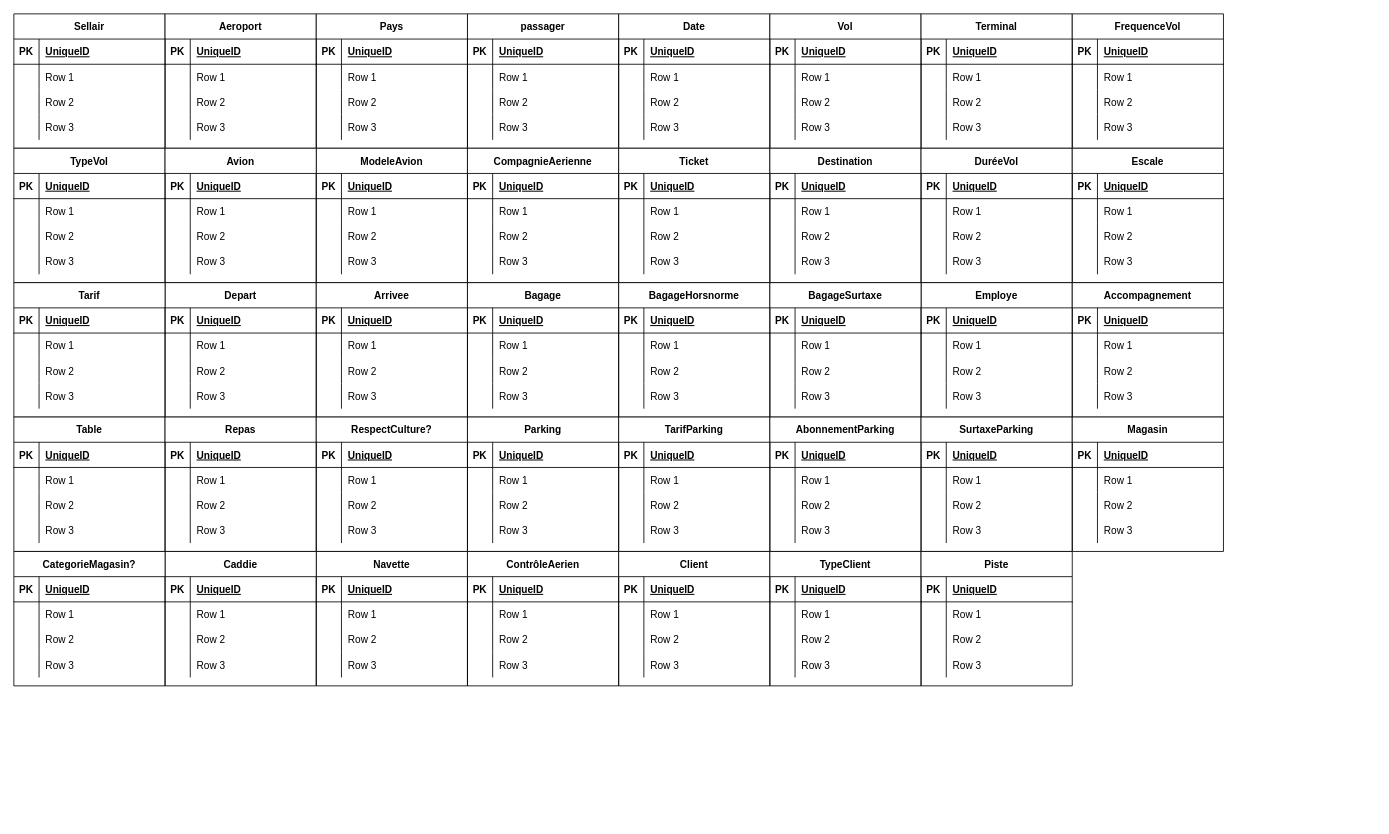
Earlier version of the draw.io diagram Aeroport.drawio (TaillepierreN/Sellair). Source tidied: cells renumbered, new cells numbered last; positions are measured from the earlier drawing's top-left corner, leaving out a move shared by most shapes. Both pictures are drawn from the tidied source at 84%, with x=0, y=0 at pixel (13, 13).
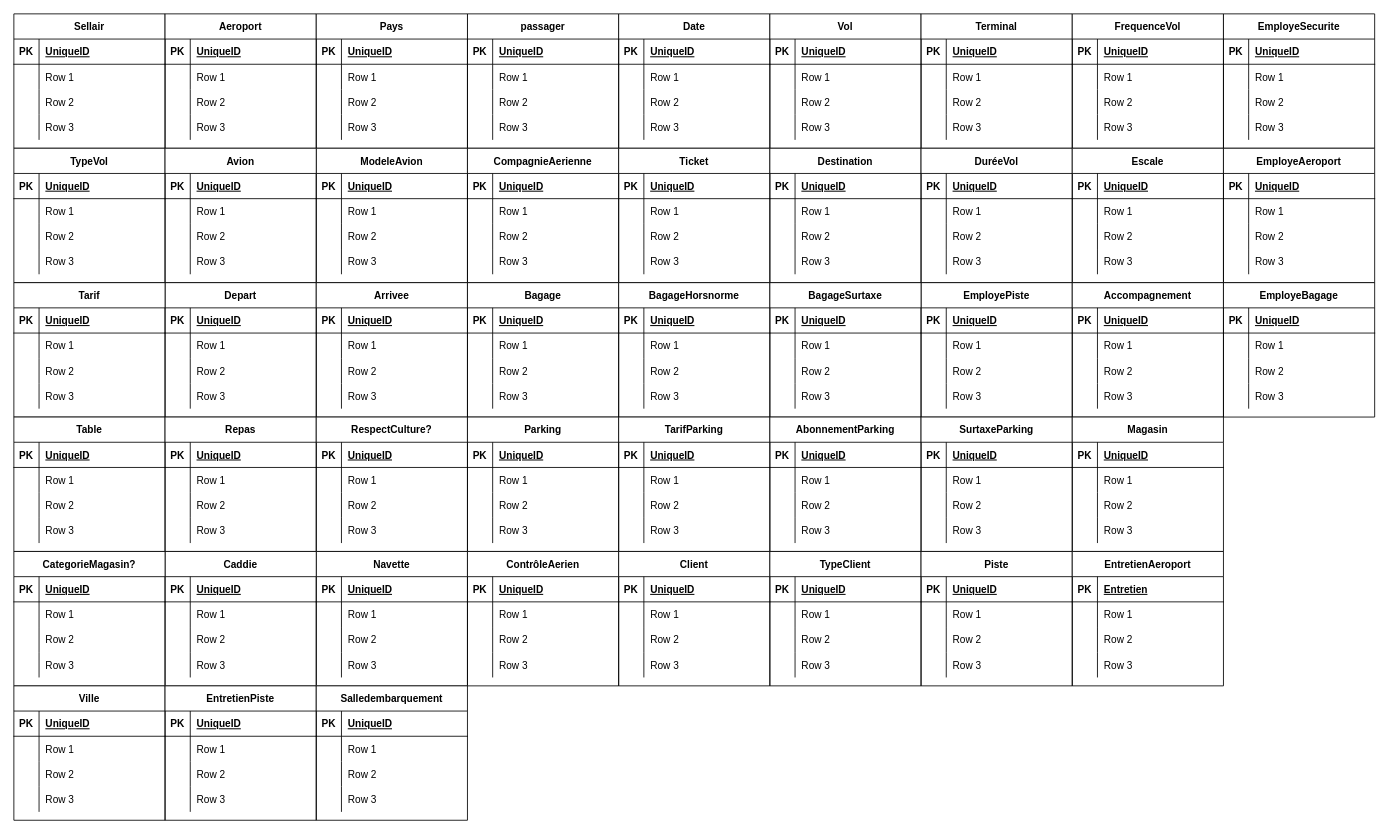
Above is the later version.

Diff of the diagram source:
```diff
@@
-    <mxCell id="210" value="Employe" style="shape=table;startSize=30;childLayout=tableLayout;rowLines=0;fontStyle=1;align=center;" parent="1" vertex="1">
+    <mxCell id="210" value="EmployePiste" style="shape=table;startSize=30;childLayout=tableLayout;rowLines=0;fontStyle=1;align=center;" parent="1" vertex="1">
       <mxGeometry x="1080" y="320" width="180" height="160" as="geometry" />
     </mxCell>
@@
+    <mxCell id="509" value="EntretienAeroport" style="shape=table;startSize=30;childLayout=tableLayout;rowLines=0;fontStyle=1;align=center;" parent="1" vertex="1">
+      <mxGeometry x="1260" y="640" width="180" height="160" as="geometry" />
+    </mxCell>
+    <mxCell id="510" style="shape=partialRectangle;fillColor=none;top=0;left=0;bottom=1;right=0;" parent="509" vertex="1">
+      <mxGeometry y="30" width="180" height="30" as="geometry" />
+    </mxCell>
+    <mxCell id="511" value="PK" style="shape=partialRectangle;fillColor=none;top=0;left=0;bottom=0;right=0;fontStyle=1;overflow=hidden;" parent="510" vertex="1">
+      <mxGeometry width="30" height="30" as="geometry" />
+    </mxCell>
+    <mxCell id="512" value="Entretien" style="shape=partialRectangle;fillColor=none;top=0;left=0;bottom=0;right=0;align=left;spacingLeft=6;fontStyle=5;overflow=hidden;" parent="510" vertex="1">
+      <mxGeometry x="30" width="150" height="30" as="geometry" />
+    </mxCell>
+    <mxCell id="513" style="shape=partialRectangle;fillColor=none;top=0;left=0;bottom=0;right=0;" parent="509" vertex="1">
+      <mxGeometry y="60" width="180" height="30" as="geometry" />
+    </mxCell>
+    <mxCell id="514" style="shape=partialRectangle;fillColor=none;top=0;left=0;bottom=0;right=0;overflow=hidden;" parent="513" vertex="1">
+      <mxGeometry width="30" height="30" as="geometry" />
+    </mxCell>
+    <mxCell id="515" value="Row 1" style="shape=partialRectangle;fillColor=none;top=0;left=0;bottom=0;right=0;align=left;spacingLeft=6;overflow=hidden;" parent="513" vertex="1">
+      <mxGeometry x="30" width="150" height="30" as="geometry" />
+    </mxCell>
+    <mxCell id="516" style="shape=partialRectangle;fillColor=none;top=0;left=0;bottom=0;right=0;" parent="509" vertex="1">
+      <mxGeometry y="90" width="180" height="30" as="geometry" />
+    </mxCell>
+    <mxCell id="517" style="shape=partialRectangle;fillColor=none;top=0;left=0;bottom=0;right=0;overflow=hidden;" parent="516" vertex="1">
+      <mxGeometry width="30" height="30" as="geometry" />
+    </mxCell>
+    <mxCell id="518" value="Row 2" style="shape=partialRectangle;fillColor=none;top=0;left=0;bottom=0;right=0;align=left;spacingLeft=6;overflow=hidden;" parent="516" vertex="1">
+      <mxGeometry x="30" width="150" height="30" as="geometry" />
+    </mxCell>
+    <mxCell id="519" style="shape=partialRectangle;fillColor=none;top=0;left=0;bottom=0;right=0;" parent="509" vertex="1">
+      <mxGeometry y="120" width="180" height="30" as="geometry" />
+    </mxCell>
+    <mxCell id="520" style="shape=partialRectangle;fillColor=none;top=0;left=0;bottom=0;right=0;overflow=hidden;" parent="519" vertex="1">
+      <mxGeometry width="30" height="30" as="geometry" />
+    </mxCell>
+    <mxCell id="521" value="Row 3" style="shape=partialRectangle;fillColor=none;top=0;left=0;bottom=0;right=0;align=left;spacingLeft=6;overflow=hidden;" parent="519" vertex="1">
+      <mxGeometry x="30" width="150" height="30" as="geometry" />
+    </mxCell>
+    <mxCell id="522" value="Ville" style="shape=table;startSize=30;childLayout=tableLayout;rowLines=0;fontStyle=1;align=center;" parent="1" vertex="1">
+      <mxGeometry y="800" width="180" height="160" as="geometry" />
+    </mxCell>
+    <mxCell id="523" style="shape=partialRectangle;fillColor=none;top=0;left=0;bottom=1;right=0;" parent="522" vertex="1">
+      <mxGeometry y="30" width="180" height="30" as="geometry" />
+    </mxCell>
+    <mxCell id="524" value="PK" style="shape=partialRectangle;fillColor=none;top=0;left=0;bottom=0;right=0;fontStyle=1;overflow=hidden;" parent="523" vertex="1">
+      <mxGeometry width="30" height="30" as="geometry" />
+    </mxCell>
+    <mxCell id="525" value="UniqueID" style="shape=partialRectangle;fillColor=none;top=0;left=0;bottom=0;right=0;align=left;spacingLeft=6;fontStyle=5;overflow=hidden;" parent="523" vertex="1">
+      <mxGeometry x="30" width="150" height="30" as="geometry" />
+    </mxCell>
+    <mxCell id="526" style="shape=partialRectangle;fillColor=none;top=0;left=0;bottom=0;right=0;" parent="522" vertex="1">
+      <mxGeometry y="60" width="180" height="30" as="geometry" />
+    </mxCell>
+    <mxCell id="527" style="shape=partialRectangle;fillColor=none;top=0;left=0;bottom=0;right=0;overflow=hidden;" parent="526" vertex="1">
+      <mxGeometry width="30" height="30" as="geometry" />
+    </mxCell>
+    <mxCell id="528" value="Row 1" style="shape=partialRectangle;fillColor=none;top=0;left=0;bottom=0;right=0;align=left;spacingLeft=6;overflow=hidden;" parent="526" vertex="1">
+      <mxGeometry x="30" width="150" height="30" as="geometry" />
+    </mxCell>
+    <mxCell id="529" style="shape=partialRectangle;fillColor=none;top=0;left=0;bottom=0;right=0;" parent="522" vertex="1">
+      <mxGeometry y="90" width="180" height="30" as="geometry" />
+    </mxCell>
+    <mxCell id="530" style="shape=partialRectangle;fillColor=none;top=0;left=0;bottom=0;right=0;overflow=hidden;" parent="529" vertex="1">
+      <mxGeometry width="30" height="30" as="geometry" />
+    </mxCell>
+    <mxCell id="531" value="Row 2" style="shape=partialRectangle;fillColor=none;top=0;left=0;bottom=0;right=0;align=left;spacingLeft=6;overflow=hidden;" parent="529" vertex="1">
+      <mxGeometry x="30" width="150" height="30" as="geometry" />
+    </mxCell>
+    <mxCell id="532" style="shape=partialRectangle;fillColor=none;top=0;left=0;bottom=0;right=0;" parent="522" vertex="1">
+      <mxGeometry y="120" width="180" height="30" as="geometry" />
+    </mxCell>
+    <mxCell id="533" style="shape=partialRectangle;fillColor=none;top=0;left=0;bottom=0;right=0;overflow=hidden;" parent="532" vertex="1">
+      <mxGeometry width="30" height="30" as="geometry" />
+    </mxCell>
+    <mxCell id="534" value="Row 3" style="shape=partialRectangle;fillColor=none;top=0;left=0;bottom=0;right=0;align=left;spacingLeft=6;overflow=hidden;" parent="532" vertex="1">
+      <mxGeometry x="30" width="150" height="30" as="geometry" />
+    </mxCell>
+    <mxCell id="535" value="EntretienPiste" style="shape=table;startSize=30;childLayout=tableLayout;rowLines=0;fontStyle=1;align=center;" parent="1" vertex="1">
+      <mxGeometry x="180" y="800" width="180" height="160" as="geometry" />
+    </mxCell>
+    <mxCell id="536" style="shape=partialRectangle;fillColor=none;top=0;left=0;bottom=1;right=0;" parent="535" vertex="1">
+      <mxGeometry y="30" width="180" height="30" as="geometry" />
+    </mxCell>
+    <mxCell id="537" value="PK" style="shape=partialRectangle;fillColor=none;top=0;left=0;bottom=0;right=0;fontStyle=1;overflow=hidden;" parent="536" vertex="1">
+      <mxGeometry width="30" height="30" as="geometry" />
+    </mxCell>
+    <mxCell id="538" value="UniqueID" style="shape=partialRectangle;fillColor=none;top=0;left=0;bottom=0;right=0;align=left;spacingLeft=6;fontStyle=5;overflow=hidden;" parent="536" vertex="1">
+      <mxGeometry x="30" width="150" height="30" as="geometry" />
+    </mxCell>
+    <mxCell id="539" style="shape=partialRectangle;fillColor=none;top=0;left=0;bottom=0;right=0;" parent="535" vertex="1">
+      <mxGeometry y="60" width="180" height="30" as="geometry" />
+    </mxCell>
+    <mxCell id="540" style="shape=partialRectangle;fillColor=none;top=0;left=0;bottom=0;right=0;overflow=hidden;" parent="539" vertex="1">
+      <mxGeometry width="30" height="30" as="geometry" />
+    </mxCell>
+    <mxCell id="541" value="Row 1" style="shape=partialRectangle;fillColor=none;top=0;left=0;bottom=0;right=0;align=left;spacingLeft=6;overflow=hidden;" parent="539" vertex="1">
+      <mxGeometry x="30" width="150" height="30" as="geometry" />
+    </mxCell>
+    <mxCell id="542" style="shape=partialRectangle;fillColor=none;top=0;left=0;bottom=0;right=0;" parent="535" vertex="1">
+      <mxGeometry y="90" width="180" height="30" as="geometry" />
+    </mxCell>
+    <mxCell id="543" style="shape=partialRectangle;fillColor=none;top=0;left=0;bottom=0;right=0;overflow=hidden;" parent="542" vertex="1">
+      <mxGeometry width="30" height="30" as="geometry" />
+    </mxCell>
+    <mxCell id="544" value="Row 2" style="shape=partialRectangle;fillColor=none;top=0;left=0;bottom=0;right=0;align=left;spacingLeft=6;overflow=hidden;" parent="542" vertex="1">
+      <mxGeometry x="30" width="150" height="30" as="geometry" />
+    </mxCell>
+    <mxCell id="545" style="shape=partialRectangle;fillColor=none;top=0;left=0;bottom=0;right=0;" parent="535" vertex="1">
+      <mxGeometry y="120" width="180" height="30" as="geometry" />
+    </mxCell>
+    <mxCell id="546" style="shape=partialRectangle;fillColor=none;top=0;left=0;bottom=0;right=0;overflow=hidden;" parent="545" vertex="1">
+      <mxGeometry width="30" height="30" as="geometry" />
+    </mxCell>
+    <mxCell id="547" value="Row 3" style="shape=partialRectangle;fillColor=none;top=0;left=0;bottom=0;right=0;align=left;spacingLeft=6;overflow=hidden;" parent="545" vertex="1">
+      <mxGeometry x="30" width="150" height="30" as="geometry" />
+    </mxCell>
+    <mxCell id="548" value="Salledembarquement" style="shape=table;startSize=30;childLayout=tableLayout;rowLines=0;fontStyle=1;align=center;" parent="1" vertex="1">
+      <mxGeometry x="360" y="800" width="180" height="160" as="geometry" />
+    </mxCell>
+    <mxCell id="549" style="shape=partialRectangle;fillColor=none;top=0;left=0;bottom=1;right=0;" parent="548" vertex="1">
+      <mxGeometry y="30" width="180" height="30" as="geometry" />
+    </mxCell>
+    <mxCell id="550" value="PK" style="shape=partialRectangle;fillColor=none;top=0;left=0;bottom=0;right=0;fontStyle=1;overflow=hidden;" parent="549" vertex="1">
+      <mxGeometry width="30" height="30" as="geometry" />
+    </mxCell>
+    <mxCell id="551" value="UniqueID" style="shape=partialRectangle;fillColor=none;top=0;left=0;bottom=0;right=0;align=left;spacingLeft=6;fontStyle=5;overflow=hidden;" parent="549" vertex="1">
+      <mxGeometry x="30" width="150" height="30" as="geometry" />
+    </mxCell>
+    <mxCell id="552" style="shape=partialRectangle;fillColor=none;top=0;left=0;bottom=0;right=0;" parent="548" vertex="1">
+      <mxGeometry y="60" width="180" height="30" as="geometry" />
+    </mxCell>
+    <mxCell id="553" style="shape=partialRectangle;fillColor=none;top=0;left=0;bottom=0;right=0;overflow=hidden;" parent="552" vertex="1">
+      <mxGeometry width="30" height="30" as="geometry" />
+    </mxCell>
+    <mxCell id="554" value="Row 1" style="shape=partialRectangle;fillColor=none;top=0;left=0;bottom=0;right=0;align=left;spacingLeft=6;overflow=hidden;" parent="552" vertex="1">
+      <mxGeometry x="30" width="150" height="30" as="geometry" />
+    </mxCell>
+    <mxCell id="555" style="shape=partialRectangle;fillColor=none;top=0;left=0;bottom=0;right=0;" parent="548" vertex="1">
+      <mxGeometry y="90" width="180" height="30" as="geometry" />
+    </mxCell>
+    <mxCell id="556" style="shape=partialRectangle;fillColor=none;top=0;left=0;bottom=0;right=0;overflow=hidden;" parent="555" vertex="1">
+      <mxGeometry width="30" height="30" as="geometry" />
+    </mxCell>
+    <mxCell id="557" value="Row 2" style="shape=partialRectangle;fillColor=none;top=0;left=0;bottom=0;right=0;align=left;spacingLeft=6;overflow=hidden;" parent="555" vertex="1">
+      <mxGeometry x="30" width="150" height="30" as="geometry" />
+    </mxCell>
+    <mxCell id="558" style="shape=partialRectangle;fillColor=none;top=0;left=0;bottom=0;right=0;" parent="548" vertex="1">
+      <mxGeometry y="120" width="180" height="30" as="geometry" />
+    </mxCell>
+    <mxCell id="559" style="shape=partialRectangle;fillColor=none;top=0;left=0;bottom=0;right=0;overflow=hidden;" parent="558" vertex="1">
+      <mxGeometry width="30" height="30" as="geometry" />
+    </mxCell>
+    <mxCell id="560" value="Row 3" style="shape=partialRectangle;fillColor=none;top=0;left=0;bottom=0;right=0;align=left;spacingLeft=6;overflow=hidden;" parent="558" vertex="1">
+      <mxGeometry x="30" width="150" height="30" as="geometry" />
+    </mxCell>
+    <mxCell id="561" value="EmployeSecurite" style="shape=table;startSize=30;childLayout=tableLayout;rowLines=0;fontStyle=1;align=center;" parent="1" vertex="1">
+      <mxGeometry x="1440" width="180" height="160" as="geometry" />
+    </mxCell>
+    <mxCell id="562" style="shape=partialRectangle;fillColor=none;top=0;left=0;bottom=1;right=0;" parent="561" vertex="1">
+      <mxGeometry y="30" width="180" height="30" as="geometry" />
+    </mxCell>
+    <mxCell id="563" value="PK" style="shape=partialRectangle;fillColor=none;top=0;left=0;bottom=0;right=0;fontStyle=1;overflow=hidden;" parent="562" vertex="1">
+      <mxGeometry width="30" height="30" as="geometry" />
+    </mxCell>
+    <mxCell id="564" value="UniqueID" style="shape=partialRectangle;fillColor=none;top=0;left=0;bottom=0;right=0;align=left;spacingLeft=6;fontStyle=5;overflow=hidden;" parent="562" vertex="1">
+      <mxGeometry x="30" width="150" height="30" as="geometry" />
+    </mxCell>
+    <mxCell id="565" style="shape=partialRectangle;fillColor=none;top=0;left=0;bottom=0;right=0;" parent="561" vertex="1">
+      <mxGeometry y="60" width="180" height="30" as="geometry" />
+    </mxCell>
+    <mxCell id="566" style="shape=partialRectangle;fillColor=none;top=0;left=0;bottom=0;right=0;overflow=hidden;" parent="565" vertex="1">
+      <mxGeometry width="30" height="30" as="geometry" />
+    </mxCell>
+    <mxCell id="567" value="Row 1" style="shape=partialRectangle;fillColor=none;top=0;left=0;bottom=0;right=0;align=left;spacingLeft=6;overflow=hidden;" parent="565" vertex="1">
+      <mxGeometry x="30" width="150" height="30" as="geometry" />
+    </mxCell>
+    <mxCell id="568" style="shape=partialRectangle;fillColor=none;top=0;left=0;bottom=0;right=0;" parent="561" vertex="1">
+      <mxGeometry y="90" width="180" height="30" as="geometry" />
+    </mxCell>
+    <mxCell id="569" style="shape=partialRectangle;fillColor=none;top=0;left=0;bottom=0;right=0;overflow=hidden;" parent="568" vertex="1">
+      <mxGeometry width="30" height="30" as="geometry" />
+    </mxCell>
+    <mxCell id="570" value="Row 2" style="shape=partialRectangle;fillColor=none;top=0;left=0;bottom=0;right=0;align=left;spacingLeft=6;overflow=hidden;" parent="568" vertex="1">
+      <mxGeometry x="30" width="150" height="30" as="geometry" />
+    </mxCell>
+    <mxCell id="571" style="shape=partialRectangle;fillColor=none;top=0;left=0;bottom=0;right=0;" parent="561" vertex="1">
+      <mxGeometry y="120" width="180" height="30" as="geometry" />
+    </mxCell>
+    <mxCell id="572" style="shape=partialRectangle;fillColor=none;top=0;left=0;bottom=0;right=0;overflow=hidden;" parent="571" vertex="1">
+      <mxGeometry width="30" height="30" as="geometry" />
+    </mxCell>
+    <mxCell id="573" value="Row 3" style="shape=partialRectangle;fillColor=none;top=0;left=0;bottom=0;right=0;align=left;spacingLeft=6;overflow=hidden;" parent="571" vertex="1">
+      <mxGeometry x="30" width="150" height="30" as="geometry" />
+    </mxCell>
+    <mxCell id="574" value="EmployeAeroport" style="shape=table;startSize=30;childLayout=tableLayout;rowLines=0;fontStyle=1;align=center;" parent="1" vertex="1">
+      <mxGeometry x="1440" y="160" width="180" height="160" as="geometry" />
+    </mxCell>
+    <mxCell id="575" style="shape=partialRectangle;fillColor=none;top=0;left=0;bottom=1;right=0;" parent="574" vertex="1">
+      <mxGeometry y="30" width="180" height="30" as="geometry" />
+    </mxCell>
+    <mxCell id="576" value="PK" style="shape=partialRectangle;fillColor=none;top=0;left=0;bottom=0;right=0;fontStyle=1;overflow=hidden;" parent="575" vertex="1">
+      <mxGeometry width="30" height="30" as="geometry" />
+    </mxCell>
+    <mxCell id="577" value="UniqueID" style="shape=partialRectangle;fillColor=none;top=0;left=0;bottom=0;right=0;align=left;spacingLeft=6;fontStyle=5;overflow=hidden;" parent="575" vertex="1">
+      <mxGeometry x="30" width="150" height="30" as="geometry" />
+    </mxCell>
+    <mxCell id="578" style="shape=partialRectangle;fillColor=none;top=0;left=0;bottom=0;right=0;" parent="574" vertex="1">
+      <mxGeometry y="60" width="180" height="30" as="geometry" />
+    </mxCell>
+    <mxCell id="579" style="shape=partialRectangle;fillColor=none;top=0;left=0;bottom=0;right=0;overflow=hidden;" parent="578" vertex="1">
+      <mxGeometry width="30" height="30" as="geometry" />
+    </mxCell>
+    <mxCell id="580" value="Row 1" style="shape=partialRectangle;fillColor=none;top=0;left=0;bottom=0;right=0;align=left;spacingLeft=6;overflow=hidden;" parent="578" vertex="1">
+      <mxGeometry x="30" width="150" height="30" as="geometry" />
+    </mxCell>
+    <mxCell id="581" style="shape=partialRectangle;fillColor=none;top=0;left=0;bottom=0;right=0;" parent="574" vertex="1">
+      <mxGeometry y="90" width="180" height="30" as="geometry" />
+    </mxCell>
+    <mxCell id="582" style="shape=partialRectangle;fillColor=none;top=0;left=0;bottom=0;right=0;overflow=hidden;" parent="581" vertex="1">
+      <mxGeometry width="30" height="30" as="geometry" />
+    </mxCell>
+    <mxCell id="583" value="Row 2" style="shape=partialRectangle;fillColor=none;top=0;left=0;bottom=0;right=0;align=left;spacingLeft=6;overflow=hidden;" parent="581" vertex="1">
+      <mxGeometry x="30" width="150" height="30" as="geometry" />
+    </mxCell>
+    <mxCell id="584" style="shape=partialRectangle;fillColor=none;top=0;left=0;bottom=0;right=0;" parent="574" vertex="1">
+      <mxGeometry y="120" width="180" height="30" as="geometry" />
+    </mxCell>
+    <mxCell id="585" style="shape=partialRectangle;fillColor=none;top=0;left=0;bottom=0;right=0;overflow=hidden;" parent="584" vertex="1">
+      <mxGeometry width="30" height="30" as="geometry" />
+    </mxCell>
+    <mxCell id="586" value="Row 3" style="shape=partialRectangle;fillColor=none;top=0;left=0;bottom=0;right=0;align=left;spacingLeft=6;overflow=hidden;" parent="584" vertex="1">
+      <mxGeometry x="30" width="150" height="30" as="geometry" />
+    </mxCell>
+    <mxCell id="587" value="EmployeBagage" style="shape=table;startSize=30;childLayout=tableLayout;rowLines=0;fontStyle=1;align=center;" parent="1" vertex="1">
+      <mxGeometry x="1440" y="320" width="180" height="160" as="geometry" />
+    </mxCell>
+    <mxCell id="588" style="shape=partialRectangle;fillColor=none;top=0;left=0;bottom=1;right=0;" parent="587" vertex="1">
+      <mxGeometry y="30" width="180" height="30" as="geometry" />
+    </mxCell>
+    <mxCell id="589" value="PK" style="shape=partialRectangle;fillColor=none;top=0;left=0;bottom=0;right=0;fontStyle=1;overflow=hidden;" parent="588" vertex="1">
+      <mxGeometry width="30" height="30" as="geometry" />
+    </mxCell>
+    <mxCell id="590" value="UniqueID" style="shape=partialRectangle;fillColor=none;top=0;left=0;bottom=0;right=0;align=left;spacingLeft=6;fontStyle=5;overflow=hidden;" parent="588" vertex="1">
+      <mxGeometry x="30" width="150" height="30" as="geometry" />
+    </mxCell>
+    <mxCell id="591" style="shape=partialRectangle;fillColor=none;top=0;left=0;bottom=0;right=0;" parent="587" vertex="1">
+      <mxGeometry y="60" width="180" height="30" as="geometry" />
+    </mxCell>
+    <mxCell id="592" style="shape=partialRectangle;fillColor=none;top=0;left=0;bottom=0;right=0;overflow=hidden;" parent="591" vertex="1">
+      <mxGeometry width="30" height="30" as="geometry" />
+    </mxCell>
+    <mxCell id="593" value="Row 1" style="shape=partialRectangle;fillColor=none;top=0;left=0;bottom=0;right=0;align=left;spacingLeft=6;overflow=hidden;" parent="591" vertex="1">
+      <mxGeometry x="30" width="150" height="30" as="geometry" />
+    </mxCell>
+    <mxCell id="594" style="shape=partialRectangle;fillColor=none;top=0;left=0;bottom=0;right=0;" parent="587" vertex="1">
+      <mxGeometry y="90" width="180" height="30" as="geometry" />
+    </mxCell>
+    <mxCell id="595" style="shape=partialRectangle;fillColor=none;top=0;left=0;bottom=0;right=0;overflow=hidden;" parent="594" vertex="1">
+      <mxGeometry width="30" height="30" as="geometry" />
+    </mxCell>
+    <mxCell id="596" value="Row 2" style="shape=partialRectangle;fillColor=none;top=0;left=0;bottom=0;right=0;align=left;spacingLeft=6;overflow=hidden;" parent="594" vertex="1">
+      <mxGeometry x="30" width="150" height="30" as="geometry" />
+    </mxCell>
+    <mxCell id="597" style="shape=partialRectangle;fillColor=none;top=0;left=0;bottom=0;right=0;" parent="587" vertex="1">
+      <mxGeometry y="120" width="180" height="30" as="geometry" />
+    </mxCell>
+    <mxCell id="598" style="shape=partialRectangle;fillColor=none;top=0;left=0;bottom=0;right=0;overflow=hidden;" parent="597" vertex="1">
+      <mxGeometry width="30" height="30" as="geometry" />
+    </mxCell>
+    <mxCell id="599" value="Row 3" style="shape=partialRectangle;fillColor=none;top=0;left=0;bottom=0;right=0;align=left;spacingLeft=6;overflow=hidden;" parent="597" vertex="1">
+      <mxGeometry x="30" width="150" height="30" as="geometry" />
+    </mxCell>
```
